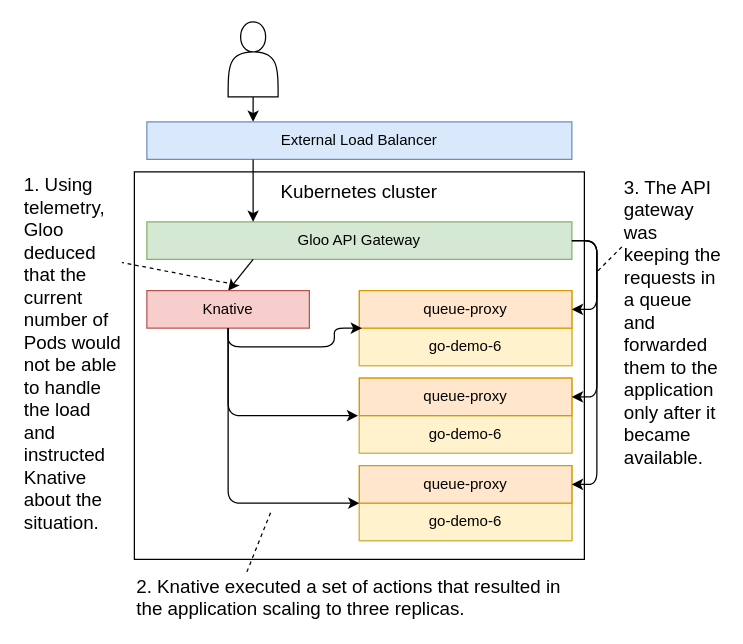
Above: manuscript/images/ch17/knative-scale-to-three.drawio in vfarcic/devops26 (draw.io), before the change. Source tidied: cells renumbered, new cells numbered last; positions are measured from the earlier drawing's top-left corner, leaving out a move shared by most shapes. Both pictures are drawn from the tidied source at 125%, with x=0, y=0 at pixel (21, 21).
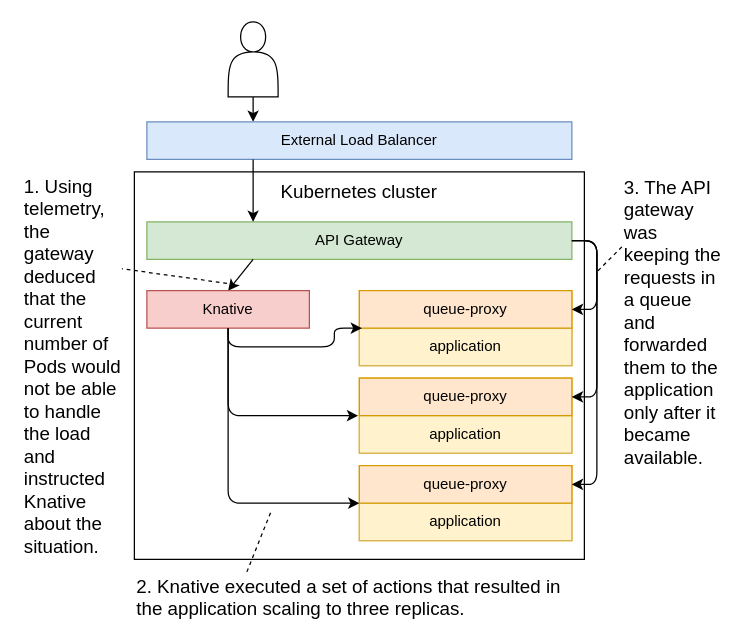
After the change.

The change refers to these unchanged cells:
```xml
<mxCell id="8" style="group;fillColor=#ffe6cc;strokeColor=#d79b00;" parent="1" vertex="1">
  <mxGeometry x="270" y="215" width="170" height="60" as="geometry" />
</mxCell>
<mxCell id="16" style="group;fillColor=#ffe6cc;strokeColor=#d79b00;" parent="1" vertex="1">
  <mxGeometry x="270" y="285" width="170" height="60" as="geometry" />
</mxCell>
<mxCell id="19" style="group;fillColor=#ffe6cc;strokeColor=#d79b00;" parent="1" vertex="1">
  <mxGeometry x="270" y="355" width="170" height="60" as="geometry" />
</mxCell>
```

Diff of the diagram source:
```diff
@@
-    <mxCell id="3" value="Gloo API Gateway" style="rounded=0;whiteSpace=wrap;html=1;fillColor=#d5e8d4;strokeColor=#82b366;" parent="1" vertex="1">
+    <mxCell id="3" value="API Gateway" style="rounded=0;whiteSpace=wrap;html=1;fillColor=#d5e8d4;strokeColor=#82b366;" parent="1" vertex="1">
       <mxGeometry x="100" y="160" width="340" height="30" as="geometry" />
     </mxCell>
@@
-    <mxCell id="9" value="go-demo-6" style="rounded=0;whiteSpace=wrap;html=1;fillColor=#fff2cc;strokeColor=#d6b656;" parent="8" vertex="1">
+    <mxCell id="9" value="application" style="rounded=0;whiteSpace=wrap;html=1;fillColor=#fff2cc;strokeColor=#d6b656;" parent="8" vertex="1">
       <mxGeometry y="30" width="170" height="30" as="geometry" />
     </mxCell>
@@
-    <mxCell id="12" value="1. Using telemetry, Gloo deduced that the current number of Pods would not be able to handle the load and instructed Knative about the situation." style="text;html=1;strokeColor=none;fillColor=none;align=left;verticalAlign=middle;whiteSpace=wrap;rounded=0;fontSize=15;" parent="1" vertex="1">
-      <mxGeometry y="120" width="80" height="290" as="geometry" />
+    <mxCell id="12" value="1. Using telemetry, the gateway deduced that the current number of Pods would not be able to handle the load and instructed Knative about the situation." style="text;html=1;strokeColor=none;fillColor=none;align=left;verticalAlign=middle;whiteSpace=wrap;rounded=0;fontSize=15;" parent="1" vertex="1">
+      <mxGeometry y="120" width="80" height="310" as="geometry" />
     </mxCell>
@@
-    <mxCell id="17" value="go-demo-6" style="rounded=0;whiteSpace=wrap;html=1;fillColor=#fff2cc;strokeColor=#d6b656;" parent="16" vertex="1">
+    <mxCell id="17" value="application" style="rounded=0;whiteSpace=wrap;html=1;fillColor=#fff2cc;strokeColor=#d6b656;" parent="16" vertex="1">
       <mxGeometry y="30" width="170" height="30" as="geometry" />
     </mxCell>
@@
-    <mxCell id="20" value="go-demo-6" style="rounded=0;whiteSpace=wrap;html=1;fillColor=#fff2cc;strokeColor=#d6b656;" parent="19" vertex="1">
+    <mxCell id="20" value="application" style="rounded=0;whiteSpace=wrap;html=1;fillColor=#fff2cc;strokeColor=#d6b656;" parent="19" vertex="1">
       <mxGeometry y="30" width="170" height="30" as="geometry" />
     </mxCell>
```
